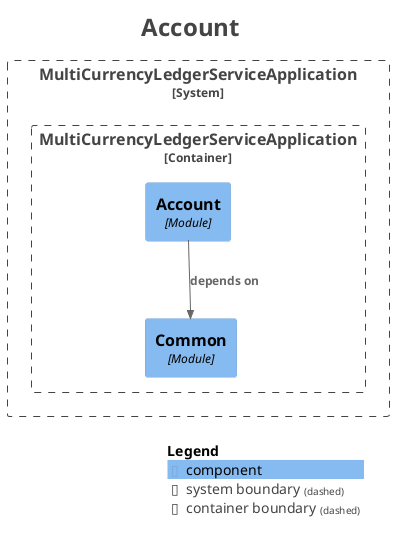
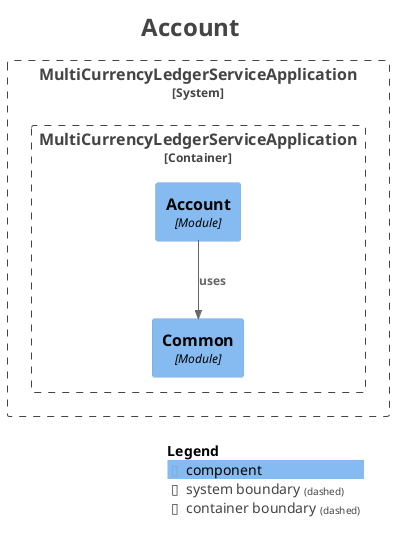
@startuml
title <size:24>Account</size>

set separator none
top to bottom direction

<style>
  root {
    BackgroundColor: #ffffff
    FontColor: #444444
  }
</style>

!include <C4/C4>
!include <C4/C4_Context>
!include <C4/C4_Component>

System_Boundary("MultiCurrencyLedgerServiceApplication_boundary", "MultiCurrencyLedgerServiceApplication", $tags="") {
  Container_Boundary("MultiCurrencyLedgerServiceApplication.MultiCurrencyLedgerServiceApplication_boundary", "MultiCurrencyLedgerServiceApplication", $tags="") {
    Component(MultiCurrencyLedgerServiceApplication.MultiCurrencyLedgerServiceApplication.Common, "Common", $techn="Module", $descr="", $tags="", $link="")
    Component(MultiCurrencyLedgerServiceApplication.MultiCurrencyLedgerServiceApplication.Account, "Account", $techn="Module", $descr="", $tags="", $link="")
  }

}

- Rel(MultiCurrencyLedgerServiceApplication.MultiCurrencyLedgerServiceApplication.Account, MultiCurrencyLedgerServiceApplication.MultiCurrencyLedgerServiceApplication.Common, "depends on", $techn="", $tags="", $link="")
+ Rel(MultiCurrencyLedgerServiceApplication.MultiCurrencyLedgerServiceApplication.Account, MultiCurrencyLedgerServiceApplication.MultiCurrencyLedgerServiceApplication.Common, "uses", $techn="", $tags="", $link="")

SHOW_LEGEND(true)
hide stereotypes
@enduml